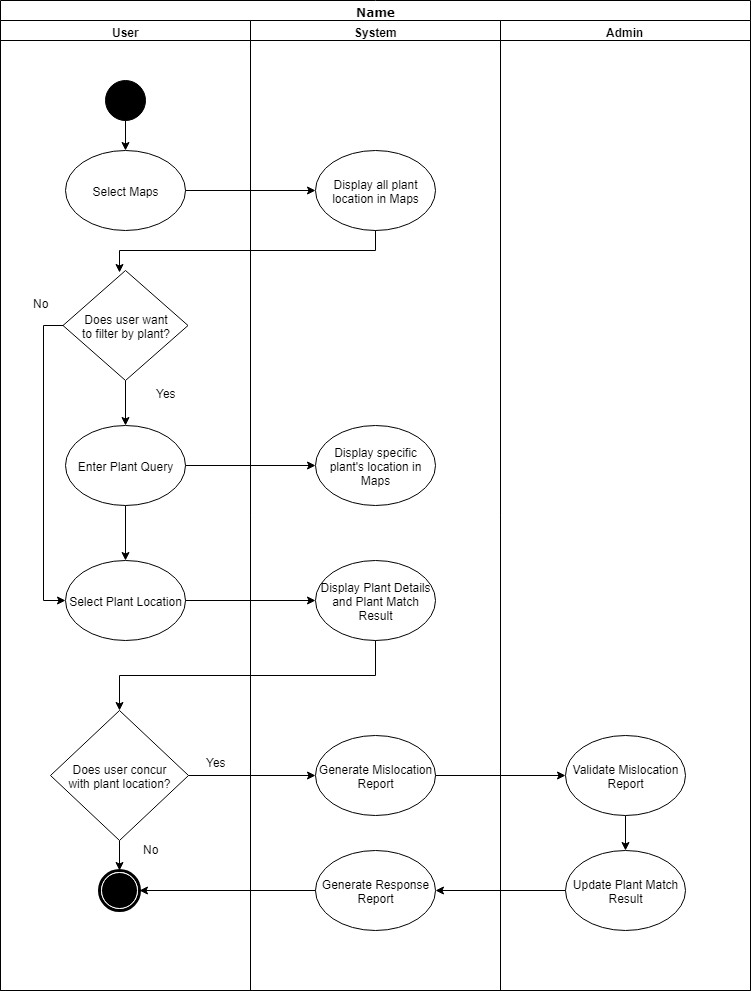
Above: Documentations/Diagrams/1-Activity Diagram/4-Browse_Location/Activity Diagram - Browse Location.png in seans888/project--lyf (draw.io), before the change. Source tidied: cells renumbered, new cells last; positions are measured from the earlier drawing's top-left corner, leaving out a move shared by most shapes. Source of this version:
```xml
<mxGraphModel background="#ffffff">
  <root>
    <mxCell id="0" />
    <mxCell id="1" parent="0" />
    <mxCell id="2" value="Name" style="swimlane;html=1;startSize=20;rounded=0;shadow=0;comic=0;labelBackgroundColor=none;strokeColor=#000000;strokeWidth=1;fillColor=#ffffff;fontFamily=Verdana;fontSize=12;fontColor=#000000;align=center;" parent="1" vertex="1">
      <mxGeometry width="750" height="990" as="geometry" />
    </mxCell>
    <mxCell id="3" value="User" style="swimlane;html=1;startSize=20;" parent="2" vertex="1">
      <mxGeometry y="20" width="250" height="970" as="geometry" />
    </mxCell>
    <mxCell id="4" style="edgeStyle=orthogonalEdgeStyle;rounded=0;jettySize=auto;html=1;exitX=0.5;exitY=1;exitDx=0;exitDy=0;entryX=0.5;entryY=0;entryDx=0;entryDy=0;" parent="3" edge="1" source="5" target="6">
      <mxGeometry relative="1" as="geometry" />
    </mxCell>
    <mxCell id="5" style="ellipse;whiteSpace=wrap;html=1;rounded=0;shadow=0;comic=0;labelBackgroundColor=none;strokeColor=#000000;strokeWidth=1;fillColor=#000000;fontFamily=Verdana;fontSize=12;fontColor=#000000;align=center;" parent="3" vertex="1">
      <mxGeometry x="105" y="60" width="40" height="40" as="geometry" />
    </mxCell>
    <mxCell id="6" value="Select Maps" style="ellipse;whiteSpace=wrap;html=1;" parent="3" vertex="1">
      <mxGeometry x="65" y="130" width="120" height="80" as="geometry" />
    </mxCell>
    <mxCell id="7" style="edgeStyle=orthogonalEdgeStyle;rounded=0;jettySize=auto;html=1;exitX=0.5;exitY=1;exitDx=0;exitDy=0;" parent="3" edge="1" source="9" target="11">
      <mxGeometry relative="1" as="geometry" />
    </mxCell>
    <mxCell id="8" style="edgeStyle=orthogonalEdgeStyle;rounded=0;jettySize=auto;html=1;exitX=0;exitY=0.5;exitDx=0;exitDy=0;entryX=0;entryY=0.5;entryDx=0;entryDy=0;" parent="3" edge="1" source="9" target="12">
      <mxGeometry relative="1" as="geometry" />
    </mxCell>
    <mxCell id="9" value="Does user want&lt;br&gt;to filter by plant?&lt;br&gt;" style="rhombus;whiteSpace=wrap;html=1;" parent="3" vertex="1">
      <mxGeometry x="62.5" y="250" width="125" height="110" as="geometry" />
    </mxCell>
    <mxCell id="10" style="edgeStyle=orthogonalEdgeStyle;rounded=0;jettySize=auto;html=1;exitX=0.5;exitY=1;exitDx=0;exitDy=0;entryX=0.5;entryY=0;entryDx=0;entryDy=0;" parent="3" edge="1" source="11" target="12">
      <mxGeometry relative="1" as="geometry" />
    </mxCell>
    <mxCell id="11" value="Enter Plant Query" style="ellipse;whiteSpace=wrap;html=1;" parent="3" vertex="1">
      <mxGeometry x="65" y="405" width="120" height="80" as="geometry" />
    </mxCell>
    <mxCell id="12" value="Select Plant Location" style="ellipse;whiteSpace=wrap;html=1;" parent="3" vertex="1">
      <mxGeometry x="65" y="540" width="120" height="80" as="geometry" />
    </mxCell>
    <mxCell id="13" style="edgeStyle=orthogonalEdgeStyle;rounded=0;jettySize=auto;html=1;exitX=0.5;exitY=1;exitDx=0;exitDy=0;" parent="3" edge="1" source="14" target="15">
      <mxGeometry relative="1" as="geometry" />
    </mxCell>
    <mxCell id="14" value="Does user concur&lt;br&gt;with plant location?&lt;br&gt;" style="rhombus;whiteSpace=wrap;html=1;" parent="3" vertex="1">
      <mxGeometry x="50" y="690" width="138" height="130" as="geometry" />
    </mxCell>
    <mxCell id="15" style="shape=mxgraph.bpmn.shape;html=1;verticalLabelPosition=bottom;labelBackgroundColor=#ffffff;verticalAlign=top;perimeter=ellipsePerimeter;outline=end;symbol=terminate;rounded=0;shadow=0;comic=0;strokeColor=#000000;strokeWidth=1;fillColor=#ffffff;fontFamily=Verdana;fontSize=12;fontColor=#000000;align=center;" parent="3" vertex="1">
      <mxGeometry x="99" y="850" width="40" height="40" as="geometry" />
    </mxCell>
    <mxCell id="16" value="System" style="swimlane;html=1;startSize=20;" parent="2" vertex="1">
      <mxGeometry x="250" y="20" width="250" height="970" as="geometry" />
    </mxCell>
    <mxCell id="17" value="Display all plant location in Maps" style="ellipse;whiteSpace=wrap;html=1;" parent="16" vertex="1">
      <mxGeometry x="65" y="130" width="120" height="80" as="geometry" />
    </mxCell>
    <mxCell id="18" value="Display specific plant's location in Maps&lt;br&gt;" style="ellipse;whiteSpace=wrap;html=1;" parent="16" vertex="1">
      <mxGeometry x="65" y="405" width="120" height="80" as="geometry" />
    </mxCell>
    <mxCell id="19" value="Display Plant Details&lt;br&gt;and Plant Match Result&lt;br&gt;" style="ellipse;whiteSpace=wrap;html=1;" parent="16" vertex="1">
      <mxGeometry x="65" y="540" width="120" height="80" as="geometry" />
    </mxCell>
    <mxCell id="20" value="Generate Mislocation Report&lt;br&gt;" style="ellipse;whiteSpace=wrap;html=1;" parent="16" vertex="1">
      <mxGeometry x="65" y="715" width="120" height="80" as="geometry" />
    </mxCell>
    <mxCell id="21" value="Generate Response Report" style="ellipse;whiteSpace=wrap;html=1;" parent="16" vertex="1">
      <mxGeometry x="65" y="830" width="120" height="80" as="geometry" />
    </mxCell>
    <mxCell id="22" value="Admin" style="swimlane;html=1;startSize=20;" parent="2" vertex="1">
      <mxGeometry x="500" y="20" width="250" height="970" as="geometry" />
    </mxCell>
    <mxCell id="23" style="edgeStyle=orthogonalEdgeStyle;rounded=0;jettySize=auto;html=1;exitX=0.5;exitY=1;exitDx=0;exitDy=0;" parent="22" edge="1" source="24" target="25">
      <mxGeometry relative="1" as="geometry" />
    </mxCell>
    <mxCell id="24" value="Validate Mislocation Report&lt;br&gt;" style="ellipse;whiteSpace=wrap;html=1;" parent="22" vertex="1">
      <mxGeometry x="65" y="715" width="120" height="80" as="geometry" />
    </mxCell>
    <mxCell id="25" value="Update Plant Match Result&lt;br&gt;" style="ellipse;whiteSpace=wrap;html=1;" parent="22" vertex="1">
      <mxGeometry x="65" y="830" width="120" height="80" as="geometry" />
    </mxCell>
    <mxCell id="26" style="edgeStyle=orthogonalEdgeStyle;rounded=0;jettySize=auto;html=1;exitX=1;exitY=0.5;exitDx=0;exitDy=0;entryX=0;entryY=0.5;entryDx=0;entryDy=0;" parent="2" edge="1" source="6" target="17">
      <mxGeometry relative="1" as="geometry" />
    </mxCell>
    <mxCell id="27" style="edgeStyle=orthogonalEdgeStyle;rounded=0;jettySize=auto;html=1;exitX=0.5;exitY=1;exitDx=0;exitDy=0;entryX=0.45;entryY=0.02;entryDx=0;entryDy=0;entryPerimeter=0;" parent="2" edge="1" source="17" target="9">
      <mxGeometry relative="1" as="geometry" />
    </mxCell>
    <mxCell id="28" style="edgeStyle=orthogonalEdgeStyle;rounded=0;jettySize=auto;html=1;exitX=1;exitY=0.5;exitDx=0;exitDy=0;entryX=0;entryY=0.5;entryDx=0;entryDy=0;" parent="2" edge="1" source="11" target="18">
      <mxGeometry relative="1" as="geometry" />
    </mxCell>
    <mxCell id="29" style="edgeStyle=orthogonalEdgeStyle;rounded=0;jettySize=auto;html=1;exitX=1;exitY=0.5;exitDx=0;exitDy=0;entryX=0;entryY=0.5;entryDx=0;entryDy=0;" parent="2" edge="1" source="12" target="19">
      <mxGeometry relative="1" as="geometry" />
    </mxCell>
    <mxCell id="30" style="edgeStyle=orthogonalEdgeStyle;rounded=0;jettySize=auto;html=1;exitX=0.5;exitY=1;exitDx=0;exitDy=0;entryX=0.5;entryY=0;entryDx=0;entryDy=0;" parent="2" edge="1" source="19" target="14">
      <mxGeometry relative="1" as="geometry" />
    </mxCell>
    <mxCell id="31" style="edgeStyle=orthogonalEdgeStyle;rounded=0;jettySize=auto;html=1;exitX=1;exitY=0.5;exitDx=0;exitDy=0;" parent="2" edge="1" source="14" target="20">
      <mxGeometry relative="1" as="geometry" />
    </mxCell>
    <mxCell id="32" style="edgeStyle=orthogonalEdgeStyle;rounded=0;jettySize=auto;html=1;exitX=1;exitY=0.5;exitDx=0;exitDy=0;entryX=0;entryY=0.5;entryDx=0;entryDy=0;" parent="2" edge="1" source="20" target="24">
      <mxGeometry relative="1" as="geometry" />
    </mxCell>
    <mxCell id="33" style="edgeStyle=orthogonalEdgeStyle;rounded=0;jettySize=auto;html=1;exitX=0;exitY=0.5;exitDx=0;exitDy=0;entryX=1;entryY=0.5;entryDx=0;entryDy=0;" parent="2" edge="1" source="25" target="21">
      <mxGeometry relative="1" as="geometry" />
    </mxCell>
    <mxCell id="34" style="edgeStyle=orthogonalEdgeStyle;rounded=0;jettySize=auto;html=1;exitX=0;exitY=0.5;exitDx=0;exitDy=0;entryX=1;entryY=0.5;entryDx=0;entryDy=0;" parent="2" edge="1" source="21" target="15">
      <mxGeometry relative="1" as="geometry" />
    </mxCell>
    <mxCell id="35" value="Yes" style="text;html=1;align=left;verticalAlign=top;spacingTop=-4;" parent="1" vertex="1">
      <mxGeometry x="154" y="384" width="40" height="10" as="geometry" />
    </mxCell>
    <mxCell id="36" value="No" style="text;html=1;align=left;verticalAlign=top;spacingTop=-4;" parent="1" vertex="1">
      <mxGeometry x="31" y="294" width="30" height="10" as="geometry" />
    </mxCell>
    <mxCell id="37" value="No" style="text;html=1;align=left;verticalAlign=top;spacingTop=-4;" parent="1" vertex="1">
      <mxGeometry x="141" y="840" width="30" height="10" as="geometry" />
    </mxCell>
    <mxCell id="38" value="Yes" style="text;html=1;align=left;verticalAlign=top;spacingTop=-4;" parent="1" vertex="1">
      <mxGeometry x="204" y="753" width="40" height="10" as="geometry" />
    </mxCell>
  </root>
</mxGraphModel>
```
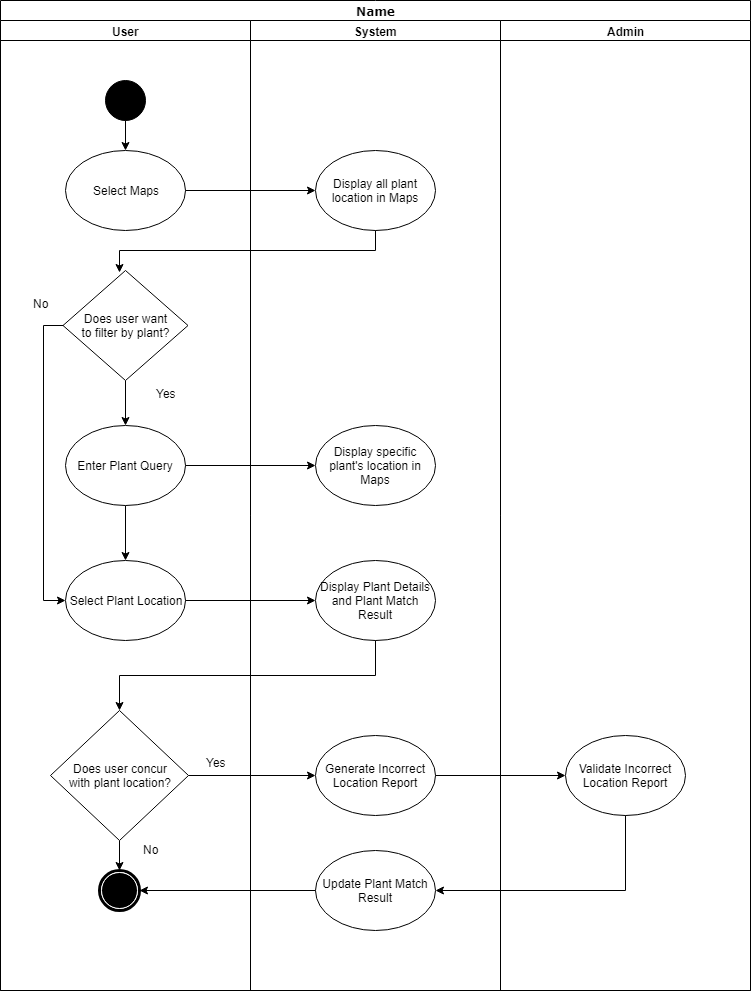
Later version of the same file.

Commit message:
activity diagram edited

Change to the diagram source:
```diff
@@ -56,24 +56,18 @@
     <mxCell id="19" value="Display Plant Details&lt;br&gt;and Plant Match Result&lt;br&gt;" style="ellipse;whiteSpace=wrap;html=1;" parent="16" vertex="1">
       <mxGeometry x="65" y="540" width="120" height="80" as="geometry" />
     </mxCell>
-    <mxCell id="20" value="Generate Mislocation Report&lt;br&gt;" style="ellipse;whiteSpace=wrap;html=1;" parent="16" vertex="1">
+    <mxCell id="20" value="Generate Incorrect Location Report&lt;br&gt;" style="ellipse;whiteSpace=wrap;html=1;" parent="16" vertex="1">
       <mxGeometry x="65" y="715" width="120" height="80" as="geometry" />
     </mxCell>
-    <mxCell id="21" value="Generate Response Report" style="ellipse;whiteSpace=wrap;html=1;" parent="16" vertex="1">
-      <mxGeometry x="65" y="830" width="120" height="80" as="geometry" />
-    </mxCell>
+    <mxCell id="25" value="Update Plant Match Result&lt;br&gt;" style="ellipse;whiteSpace=wrap;html=1;" parent="16" vertex="1">
+      <mxGeometry x="65" y="830" width="120" height="80" as="geometry" />
+    </mxCell>
     <mxCell id="22" value="Admin" style="swimlane;html=1;startSize=20;" parent="2" vertex="1">
       <mxGeometry x="500" y="20" width="250" height="970" as="geometry" />
     </mxCell>
-    <mxCell id="23" style="edgeStyle=orthogonalEdgeStyle;rounded=0;jettySize=auto;html=1;exitX=0.5;exitY=1;exitDx=0;exitDy=0;" parent="22" edge="1" source="24" target="25">
-      <mxGeometry relative="1" as="geometry" />
-    </mxCell>
-    <mxCell id="24" value="Validate Mislocation Report&lt;br&gt;" style="ellipse;whiteSpace=wrap;html=1;" parent="22" vertex="1">
+    <mxCell id="24" value="Validate Incorrect Location Report&lt;br&gt;" style="ellipse;whiteSpace=wrap;html=1;" parent="22" vertex="1">
       <mxGeometry x="65" y="715" width="120" height="80" as="geometry" />
     </mxCell>
-    <mxCell id="25" value="Update Plant Match Result&lt;br&gt;" style="ellipse;whiteSpace=wrap;html=1;" parent="22" vertex="1">
-      <mxGeometry x="65" y="830" width="120" height="80" as="geometry" />
-    </mxCell>
     <mxCell id="26" style="edgeStyle=orthogonalEdgeStyle;rounded=0;jettySize=auto;html=1;exitX=1;exitY=0.5;exitDx=0;exitDy=0;entryX=0;entryY=0.5;entryDx=0;entryDy=0;" parent="2" edge="1" source="6" target="17">
       <mxGeometry relative="1" as="geometry" />
     </mxCell>
@@ -95,12 +89,12 @@
     <mxCell id="32" style="edgeStyle=orthogonalEdgeStyle;rounded=0;jettySize=auto;html=1;exitX=1;exitY=0.5;exitDx=0;exitDy=0;entryX=0;entryY=0.5;entryDx=0;entryDy=0;" parent="2" edge="1" source="20" target="24">
       <mxGeometry relative="1" as="geometry" />
     </mxCell>
-    <mxCell id="33" style="edgeStyle=orthogonalEdgeStyle;rounded=0;jettySize=auto;html=1;exitX=0;exitY=0.5;exitDx=0;exitDy=0;entryX=1;entryY=0.5;entryDx=0;entryDy=0;" parent="2" edge="1" source="25" target="21">
-      <mxGeometry relative="1" as="geometry" />
-    </mxCell>
-    <mxCell id="34" style="edgeStyle=orthogonalEdgeStyle;rounded=0;jettySize=auto;html=1;exitX=0;exitY=0.5;exitDx=0;exitDy=0;entryX=1;entryY=0.5;entryDx=0;entryDy=0;" parent="2" edge="1" source="21" target="15">
-      <mxGeometry relative="1" as="geometry" />
-    </mxCell>
+    <mxCell id="39" style="edgeStyle=orthogonalEdgeStyle;rounded=0;jettySize=auto;html=1;exitX=0;exitY=0.5;exitDx=0;exitDy=0;entryX=1;entryY=0.5;entryDx=0;entryDy=0;" parent="2" edge="1" source="25" target="15">
+      <mxGeometry relative="1" as="geometry" />
+    </mxCell>
+    <mxCell id="23" style="edgeStyle=orthogonalEdgeStyle;rounded=0;jettySize=auto;html=1;exitX=0.5;exitY=1;exitDx=0;exitDy=0;entryX=1;entryY=0.5;entryDx=0;entryDy=0;" parent="2" edge="1" source="24" target="25">
+      <mxGeometry relative="1" as="geometry" />
+    </mxCell>
     <mxCell id="35" value="Yes" style="text;html=1;align=left;verticalAlign=top;spacingTop=-4;" parent="1" vertex="1">
       <mxGeometry x="154" y="384" width="40" height="10" as="geometry" />
     </mxCell>
```
